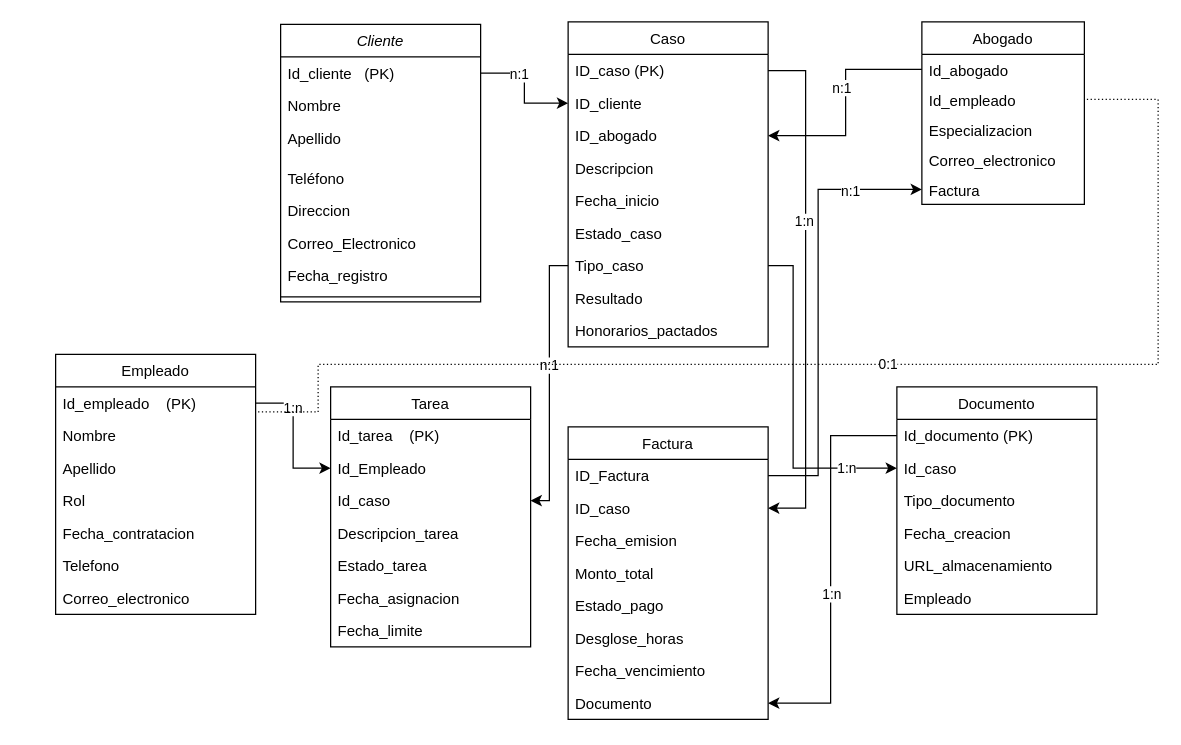
The draw.io diagram AS tp.drawio in Saturno0/Cole_5_2, before the edit. Source tidied: cells renumbered, new cells numbered last; positions are measured from the earlier drawing's top-left corner, leaving out a move shared by most shapes. Both pictures are drawn from the tidied source at 125%, with x=0, y=0 at pixel (55, 21).
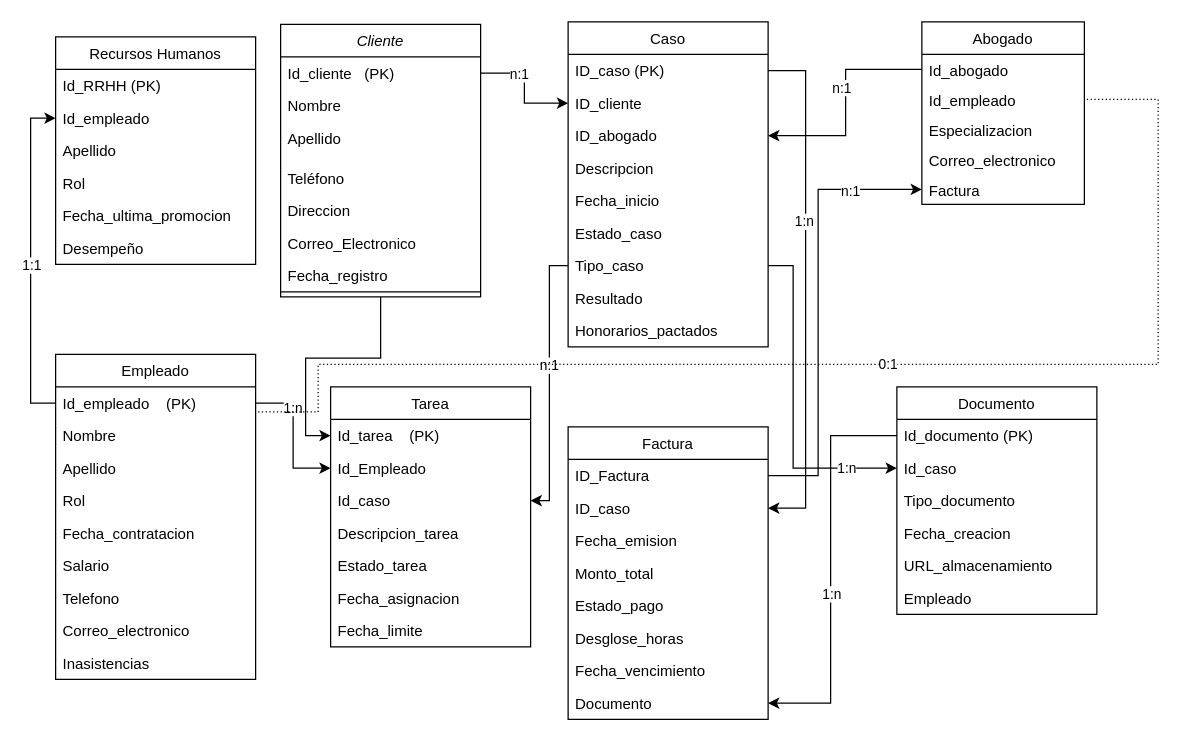
After the change.

The change refers to these unchanged cells:
```xml
<mxCell id="43" value="Id_empleado    (PK)" style="text;align=left;verticalAlign=top;spacingLeft=4;spacingRight=4;overflow=hidden;points=[[0,0.5],[1,0.5]];portConstraint=eastwest;" parent="42" vertex="1">
  <mxGeometry y="26" width="160" height="26" as="geometry" />
</mxCell>
<mxCell id="51" value="Id_tarea    (PK)" style="text;align=left;verticalAlign=top;spacingLeft=4;spacingRight=4;overflow=hidden;points=[[0,0.5],[1,0.5]];portConstraint=eastwest;" parent="50" vertex="1">
  <mxGeometry y="26" width="160" height="26" as="geometry" />
</mxCell>
```

What changed in the source:
```diff
@@
+    <mxCell id="79" style="edgeStyle=orthogonalEdgeStyle;rounded=0;jettySize=auto;html=1;" parent="1" edge="1" source="2" target="51">
+      <mxGeometry relative="1" as="geometry" />
+    </mxCell>
     <mxCell id="2" value="Cliente" style="swimlane;fontStyle=2;align=center;verticalAlign=top;horizontal=1;startSize=26;rounded=0;shadow=0;strokeWidth=1;" parent="1" vertex="1">
-      <mxGeometry x="180" y="2" width="160" height="222" as="geometry" />
+      <mxGeometry x="180" y="2" width="160" height="218" as="geometry" />
     </mxCell>
@@
     <mxCell id="9" value="Fecha_registro" style="text;align=left;verticalAlign=top;spacingLeft=4;spacingRight=4;overflow=hidden;rounded=0;shadow=0;html=0;" parent="2" vertex="1">
-      <mxGeometry y="188" width="160" height="26" as="geometry" />
+      <mxGeometry y="188" width="160" height="22" as="geometry" />
     </mxCell>
     <mxCell id="10" style="line;html=1;strokeWidth=1;align=left;verticalAlign=middle;spacingTop=-1;spacingLeft=3;spacingRight=3;labelPosition=right;" parent="2" vertex="1">
-      <mxGeometry y="214" width="160" height="8" as="geometry" />
+      <mxGeometry y="210" width="160" height="8" as="geometry" />
     </mxCell>
@@
     <mxCell id="42" value="Empleado" style="swimlane;fontStyle=0;align=center;verticalAlign=top;horizontal=1;startSize=26;rounded=0;shadow=0;strokeWidth=1;" parent="1" vertex="1">
-      <mxGeometry y="266" width="160" height="208" as="geometry" />
+      <mxGeometry y="266" width="160" height="260" as="geometry" />
     </mxCell>
@@
+    <mxCell id="80" value="Salario" style="text;align=left;verticalAlign=top;spacingLeft=4;spacingRight=4;overflow=hidden;" parent="42" vertex="1">
+      <mxGeometry y="156" width="160" height="26" as="geometry" />
+    </mxCell>
     <mxCell id="48" value="Telefono" style="text;align=left;verticalAlign=top;spacingLeft=4;spacingRight=4;overflow=hidden;" parent="42" vertex="1">
-      <mxGeometry y="156" width="160" height="26" as="geometry" />
+      <mxGeometry y="182" width="160" height="26" as="geometry" />
     </mxCell>
     <mxCell id="49" value="Correo_electronico" style="text;align=left;verticalAlign=top;spacingLeft=4;spacingRight=4;overflow=hidden;" parent="42" vertex="1">
-      <mxGeometry y="182" width="160" height="26" as="geometry" />
+      <mxGeometry y="208" width="160" height="26" as="geometry" />
     </mxCell>
+    <mxCell id="81" value="Inasistencias" style="text;align=left;verticalAlign=top;spacingLeft=4;spacingRight=4;overflow=hidden;" parent="42" vertex="1">
+      <mxGeometry y="234" width="160" height="26" as="geometry" />
+    </mxCell>
@@
+    <mxCell id="82" value="Recursos Humanos" style="swimlane;fontStyle=0;align=center;verticalAlign=top;horizontal=1;startSize=26;rounded=0;shadow=0;strokeWidth=1;" parent="1" vertex="1">
+      <mxGeometry y="12" width="160" height="182" as="geometry" />
+    </mxCell>
+    <mxCell id="83" value="Id_RRHH (PK)&#10;" style="text;align=left;verticalAlign=top;spacingLeft=4;spacingRight=4;overflow=hidden;rounded=0;shadow=0;html=0;" parent="82" vertex="1">
+      <mxGeometry y="26" width="160" height="26" as="geometry" />
+    </mxCell>
+    <mxCell id="84" value="Id_empleado" style="text;align=left;verticalAlign=top;spacingLeft=4;spacingRight=4;overflow=hidden;points=[[0,0.5],[1,0.5]];portConstraint=eastwest;" parent="82" vertex="1">
+      <mxGeometry y="52" width="160" height="26" as="geometry" />
+    </mxCell>
+    <mxCell id="85" value="Apellido    " style="text;align=left;verticalAlign=top;spacingLeft=4;spacingRight=4;overflow=hidden;fontStyle=0;" parent="82" vertex="1">
+      <mxGeometry y="78" width="160" height="26" as="geometry" />
+    </mxCell>
+    <mxCell id="86" value="Rol" style="text;align=left;verticalAlign=top;spacingLeft=4;spacingRight=4;overflow=hidden;" parent="82" vertex="1">
+      <mxGeometry y="104" width="160" height="26" as="geometry" />
+    </mxCell>
+    <mxCell id="87" value="Fecha_ultima_promocion" style="text;align=left;verticalAlign=top;spacingLeft=4;spacingRight=4;overflow=hidden;" parent="82" vertex="1">
+      <mxGeometry y="130" width="160" height="26" as="geometry" />
+    </mxCell>
+    <mxCell id="88" value="Desempeño" style="text;align=left;verticalAlign=top;spacingLeft=4;spacingRight=4;overflow=hidden;" parent="82" vertex="1">
+      <mxGeometry y="156" width="160" height="26" as="geometry" />
+    </mxCell>
+    <mxCell id="89" style="edgeStyle=orthogonalEdgeStyle;rounded=0;jettySize=auto;html=1;exitX=0;exitY=0.5;exitDx=0;exitDy=0;entryX=0;entryY=0.5;entryDx=0;entryDy=0;" parent="1" edge="1" source="43" target="84">
+      <mxGeometry relative="1" as="geometry" />
+    </mxCell>
+    <mxCell id="90" value="1:1" style="edgeLabel;html=1;align=center;verticalAlign=middle;" parent="89" vertex="1">
+      <mxGeometry x="-0.02" relative="1" as="geometry" />
+    </mxCell>
```
